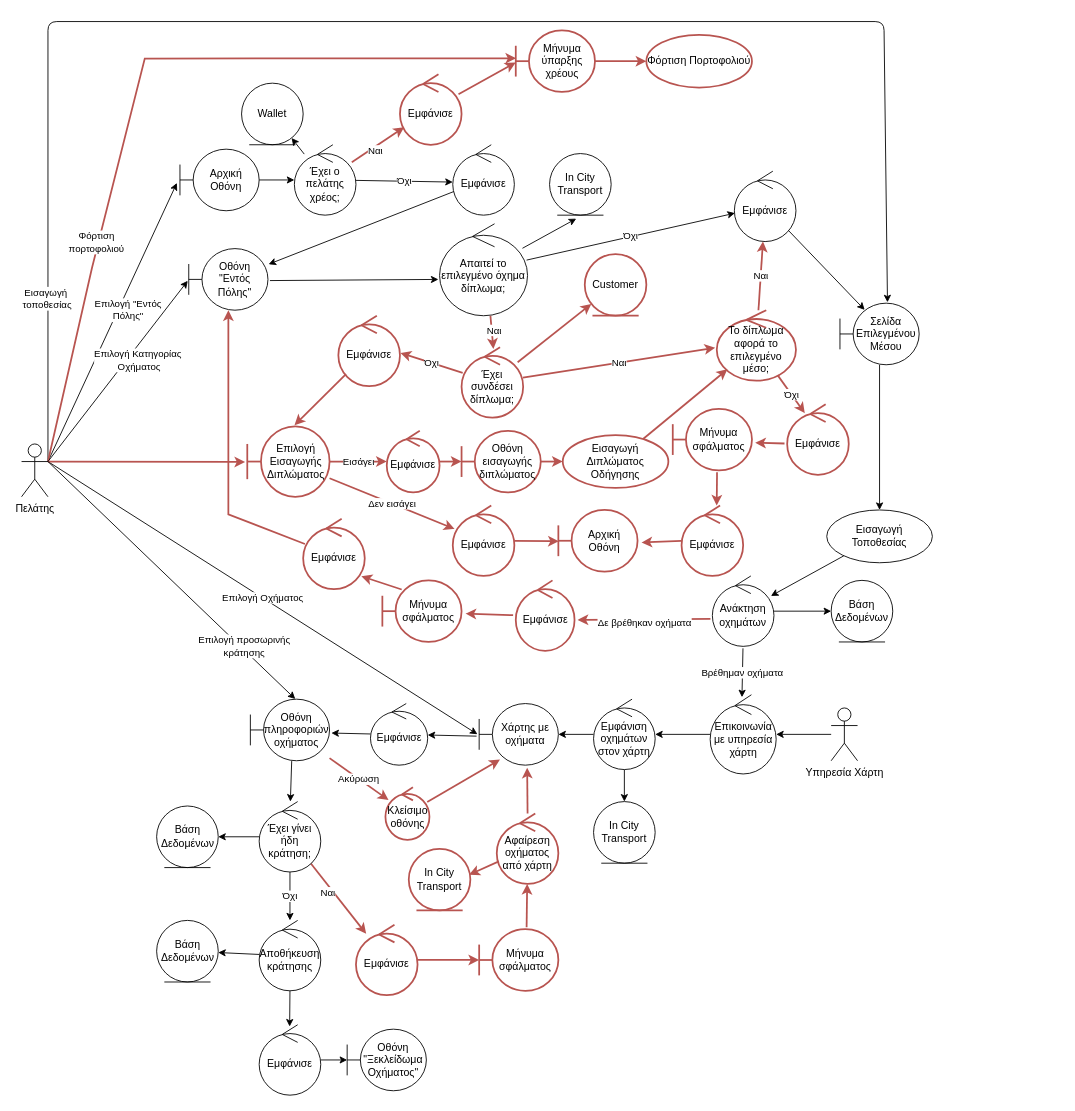
Earlier version of the draw.io diagram Part_2/Robustness/diagrams/01_Επιλογή_Μέσου_Μετακίνησης.drawio (Nikolis2002/texnoligia_logismikou). Source tidied: cells renumbered, new cells numbered last; positions are measured from the earlier drawing's top-left corner, leaving out a move shared by most shapes. Both pictures are drawn from the tidied source at 88%, with x=0, y=0 at pixel (21, 21).
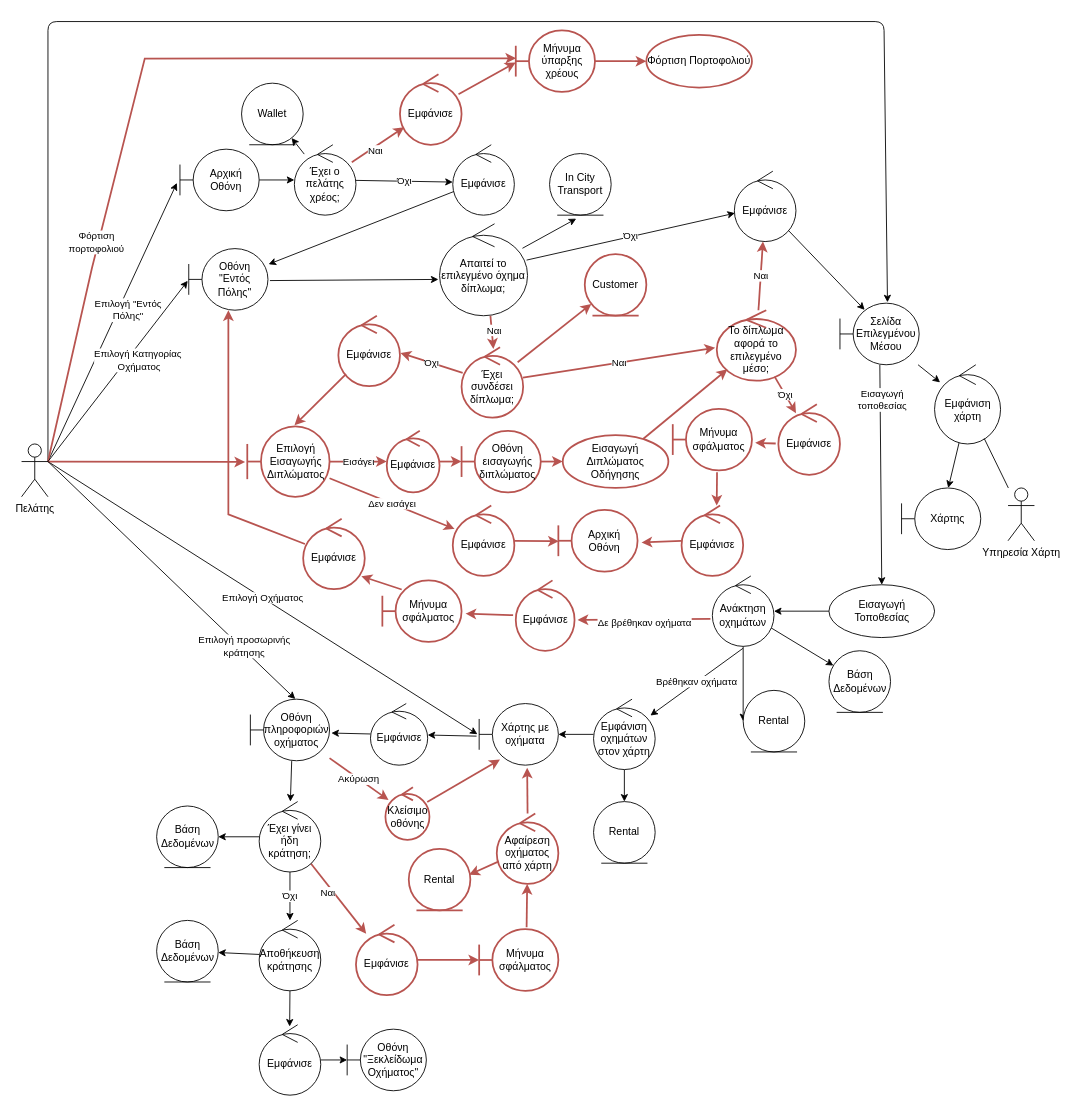
After the change.

The change refers to these unchanged cells:
```xml
<mxCell id="8" style="edgeStyle=none;html=1;entryX=0.6;entryY=-0.014;entryDx=0;entryDy=0;entryPerimeter=0;exitX=1;exitY=0.3333333333333333;exitDx=0;exitDy=0;exitPerimeter=0;" parent="1" edge="1" source="12" target="33">
  <mxGeometry relative="1" as="geometry">
    <Array as="points">
      <mxPoint x="30" />
      <mxPoint x="980" />
    </Array>
  </mxGeometry>
</mxCell>
<mxCell id="33" value="Σελίδα Επιλεγμένου Μέσου" style="shape=umlBoundary;whiteSpace=wrap;html=1;" parent="1" vertex="1">
  <mxGeometry x="930" y="320" width="90" height="70" as="geometry" />
</mxCell>
<mxCell id="37" value="Ανάκτηση οχημάτων" style="ellipse;shape=umlControl;whiteSpace=wrap;html=1;" parent="1" vertex="1">
  <mxGeometry x="785" y="630" width="70" height="80" as="geometry" />
</mxCell>
<mxCell id="92" value="Εμφάνιση οχημάτων στον χάρτη" style="ellipse;shape=umlControl;whiteSpace=wrap;html=1;" parent="1" vertex="1">
  <mxGeometry x="650" y="770" width="70" height="80" as="geometry" />
</mxCell>
```

What changed in the source:
```diff
@@
-    <mxCell id="9" value="Εισαγωγή&amp;nbsp;&lt;br&gt;τοποθεσίας" style="edgeLabel;html=1;align=center;verticalAlign=middle;" parent="8" vertex="1">
-      <mxGeometry x="-0.79" y="2" relative="1" as="geometry" />
-    </mxCell>
@@
     <mxCell id="29" value="Εισαγωγή Τοποθεσίας" style="ellipse;whiteSpace=wrap;html=1;" parent="1" vertex="1">
-      <mxGeometry x="915" y="555" width="120" height="60" as="geometry" />
+      <mxGeometry x="917.5" y="640" width="120" height="60" as="geometry" />
     </mxCell>
@@
-    <mxCell id="32" style="edgeStyle=none;rounded=0;jettySize=auto;html=1;" parent="1" edge="1" source="33" target="29">
-      <mxGeometry relative="1" as="geometry" />
-    </mxCell>
+    <mxCell id="121" style="edgeStyle=none;html=1;" parent="1" edge="1" source="33" target="104">
+      <mxGeometry relative="1" as="geometry" />
+    </mxCell>
+    <mxCell id="9" value="Εισαγωγή&lt;br&gt;τοποθεσίας" style="edgeStyle=none;html=1;entryX=0.5;entryY=0;entryDx=0;entryDy=0;" parent="1" edge="1" source="33" target="29">
+      <mxGeometry x="-0.68" y="2" relative="1" as="geometry" />
+    </mxCell>
@@
-    <mxCell id="35" value="Βρέθημαν οχήματα" style="edgeStyle=none;rounded=0;jettySize=auto;html=1;exitX=0.497;exitY=1.028;exitDx=0;exitDy=0;exitPerimeter=0;entryX=0.482;entryY=0.031;entryDx=0;entryDy=0;entryPerimeter=0;" parent="1" edge="1" source="37" target="104">
+    <mxCell id="35" value="Βρέθηκαν οχήματα" style="edgeStyle=none;rounded=0;jettySize=auto;html=1;exitX=0.497;exitY=1.028;exitDx=0;exitDy=0;exitPerimeter=0;" parent="1" edge="1" source="37" target="92">
       <mxGeometry relative="1" as="geometry" />
     </mxCell>
@@
+    <mxCell id="122" style="edgeStyle=none;html=1;entryX=0;entryY=0.5;entryDx=0;entryDy=0;" parent="1" edge="1" source="37" target="124">
+      <mxGeometry relative="1" as="geometry" />
+    </mxCell>
@@
     <mxCell id="38" value="Βάση Δεδομένων" style="ellipse;shape=umlEntity;whiteSpace=wrap;html=1;" parent="1" vertex="1">
-      <mxGeometry x="920" y="635" width="70" height="70" as="geometry" />
+      <mxGeometry x="917.5" y="715" width="70" height="70" as="geometry" />
     </mxCell>
@@
     <mxCell id="87" value="Εμφάνισε" style="ellipse;shape=umlControl;whiteSpace=wrap;html=1;fillColor=none;strokeColor=#b85450;strokeWidth=2;" parent="1" vertex="1">
-      <mxGeometry x="870" y="435" width="70" height="80" as="geometry" />
+      <mxGeometry x="860" y="435" width="70" height="80" as="geometry" />
     </mxCell>
@@
-    <mxCell id="93" value="In City Transport" style="ellipse;shape=umlEntity;whiteSpace=wrap;html=1;" parent="1" vertex="1">
+    <mxCell id="93" value="Rental" style="ellipse;shape=umlEntity;whiteSpace=wrap;html=1;" parent="1" vertex="1">
       <mxGeometry x="650" y="886.4" width="70" height="70" as="geometry" />
     </mxCell>
@@
-    <mxCell id="100" value="In City Transport" style="ellipse;shape=umlEntity;whiteSpace=wrap;html=1;fillColor=none;strokeColor=#b85450;strokeWidth=2;" parent="1" vertex="1">
+    <mxCell id="100" value="Rental" style="ellipse;shape=umlEntity;whiteSpace=wrap;html=1;fillColor=none;strokeColor=#b85450;strokeWidth=2;" parent="1" vertex="1">
       <mxGeometry x="440" y="940" width="70" height="70" as="geometry" />
     </mxCell>
@@
-    <mxCell id="103" style="edgeStyle=none;html=1;" parent="1" edge="1" source="104" target="92">
-      <mxGeometry relative="1" as="geometry" />
-    </mxCell>
+    <mxCell id="123" style="edgeStyle=none;html=1;" parent="1" edge="1" source="104" target="125">
+      <mxGeometry relative="1" as="geometry" />
+    </mxCell>
-    <mxCell id="104" value="Επικοινωνία με υπηρεσία χάρτη" style="ellipse;shape=umlControl;whiteSpace=wrap;html=1;" parent="1" vertex="1">
-      <mxGeometry x="782.5" y="765" width="75" height="90" as="geometry" />
+    <mxCell id="104" value="Εμφάνιση χάρτη" style="ellipse;shape=umlControl;whiteSpace=wrap;html=1;" parent="1" vertex="1">
+      <mxGeometry x="1037.5" y="390" width="75" height="90" as="geometry" />
     </mxCell>
-    <mxCell id="105" style="edgeStyle=none;html=1;" parent="1" edge="1" source="106" target="104">
+    <mxCell id="105" style="edgeStyle=none;html=1;endArrow=none;endFill=0;" parent="1" edge="1" source="106" target="104">
       <mxGeometry relative="1" as="geometry" />
     </mxCell>
     <mxCell id="106" value="Υπηρεσία Χάρτη" style="shape=umlActor;verticalLabelPosition=bottom;verticalAlign=top;html=1;" parent="1" vertex="1">
-      <mxGeometry x="920" y="780" width="30" height="60" as="geometry" />
+      <mxGeometry x="1121" y="530" width="30" height="60" as="geometry" />
     </mxCell>
@@
+    <mxCell id="124" value="Rental" style="ellipse;shape=umlEntity;whiteSpace=wrap;html=1;" parent="1" vertex="1">
+      <mxGeometry x="820" y="760" width="70" height="70" as="geometry" />
+    </mxCell>
+    <mxCell id="125" value="Χάρτης" style="shape=umlBoundary;whiteSpace=wrap;html=1;" parent="1" vertex="1">
+      <mxGeometry x="1000" y="530" width="90" height="70" as="geometry" />
+    </mxCell>
```
